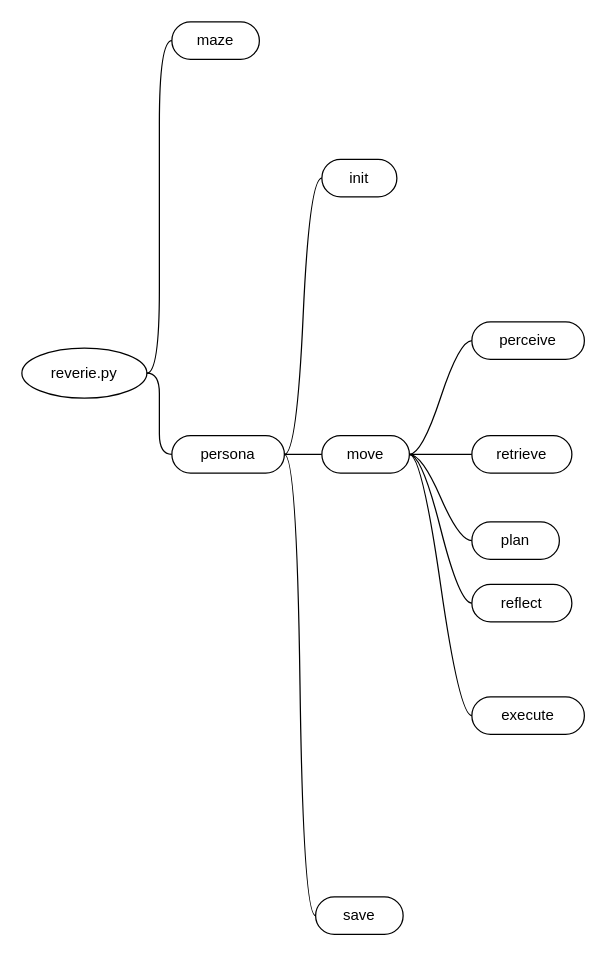
fengchutadie/diagram keeps this draw.io diagram as generative_agents.drawio. Above is the earlier version. Source tidied: cells renumbered, new cells numbered last; positions are measured from the earlier drawing's top-left corner, leaving out a move shared by most shapes. Both pictures are drawn from the tidied source at 125%, with x=0, y=0 at pixel (21, 21).
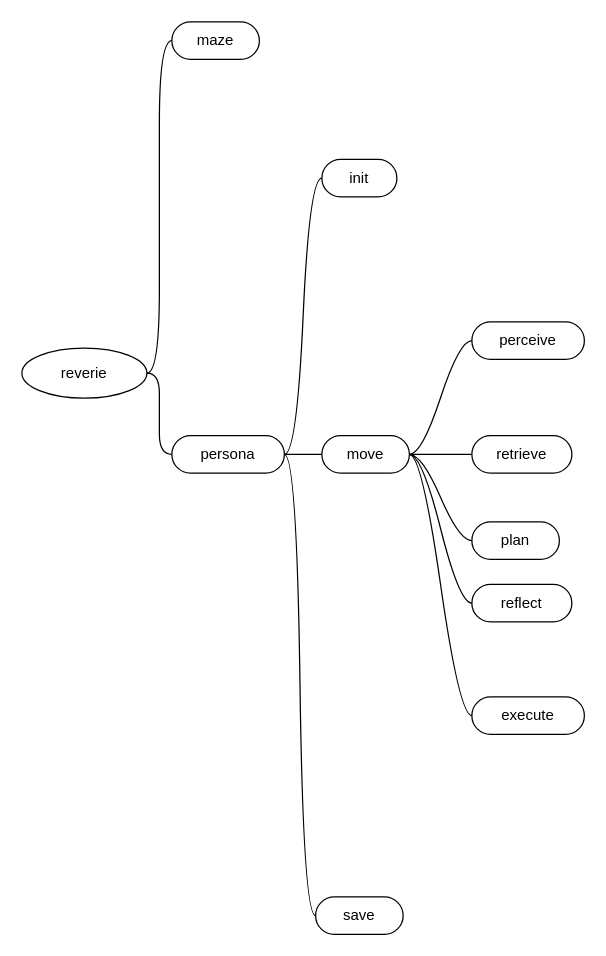
Above is the later version.

The edit, as a diff of the source:
```diff
@@
-    <mxCell id="2" value="reverie.py" style="ellipse;whiteSpace=wrap;html=1;align=center;newEdgeStyle={&quot;edgeStyle&quot;:&quot;entityRelationEdgeStyle&quot;,&quot;startArrow&quot;:&quot;none&quot;,&quot;endArrow&quot;:&quot;none&quot;,&quot;segment&quot;:10,&quot;curved&quot;:1,&quot;sourcePerimeterSpacing&quot;:0,&quot;targetPerimeterSpacing&quot;:0};" parent="1" vertex="1">
+    <mxCell id="2" value="reverie" style="ellipse;whiteSpace=wrap;html=1;align=center;newEdgeStyle={&quot;edgeStyle&quot;:&quot;entityRelationEdgeStyle&quot;,&quot;startArrow&quot;:&quot;none&quot;,&quot;endArrow&quot;:&quot;none&quot;,&quot;segment&quot;:10,&quot;curved&quot;:1,&quot;sourcePerimeterSpacing&quot;:0,&quot;targetPerimeterSpacing&quot;:0};" parent="1" vertex="1">
       <mxGeometry y="261" width="100" height="40" as="geometry" />
     </mxCell>
```
